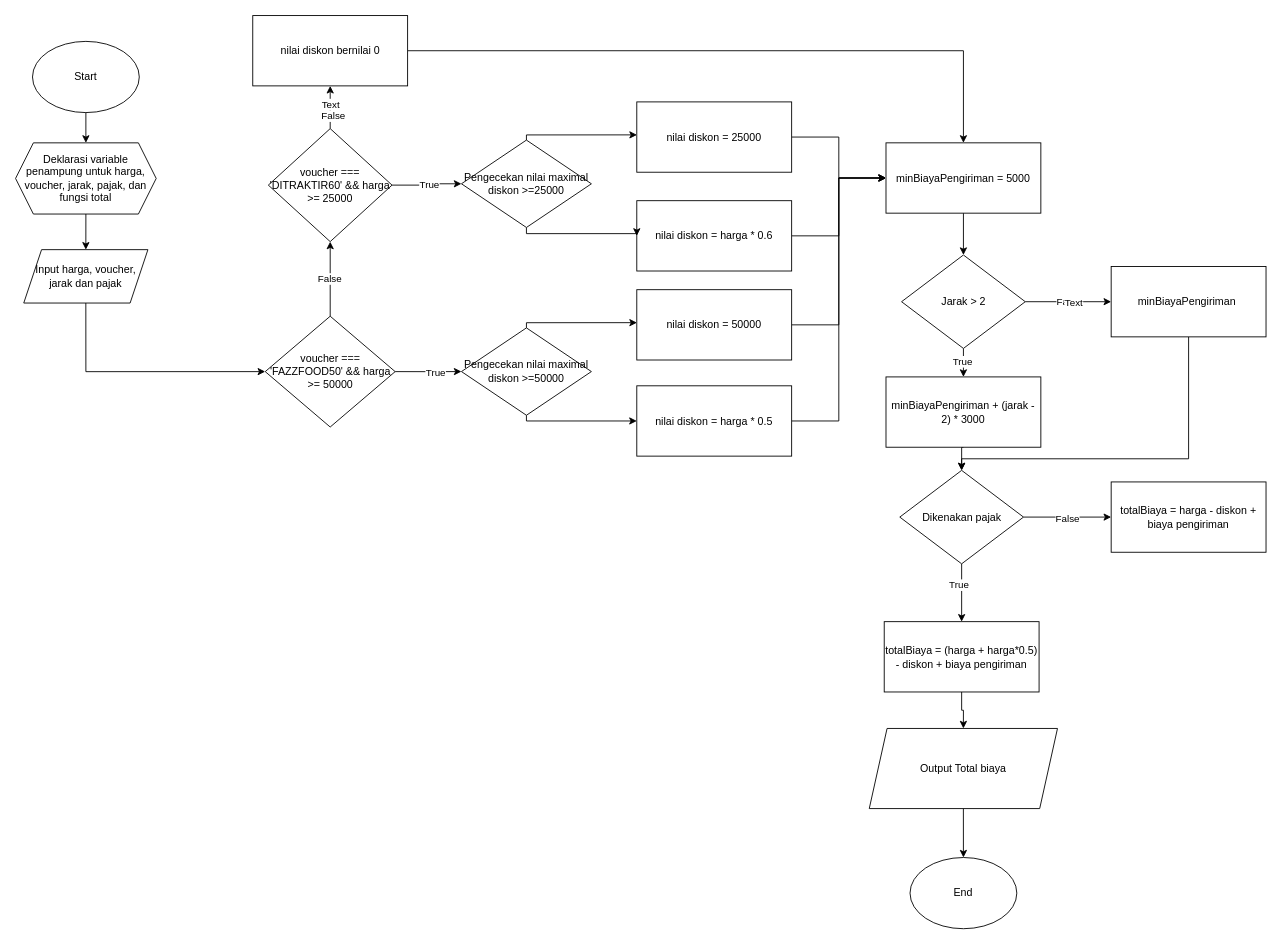
Above: page "Page-1" (1 of 2) of 5-Code Implementation/DIscount FlowChart.drawio in mfauzidr/FWG-20 (draw.io), before the change. Source tidied: cells renumbered, new cells numbered last; positions are measured from the earlier drawing's top-left corner, leaving out a move shared by most shapes. Both pictures are drawn from the tidied source at 89%, with x=0, y=0 at pixel (15, 15).
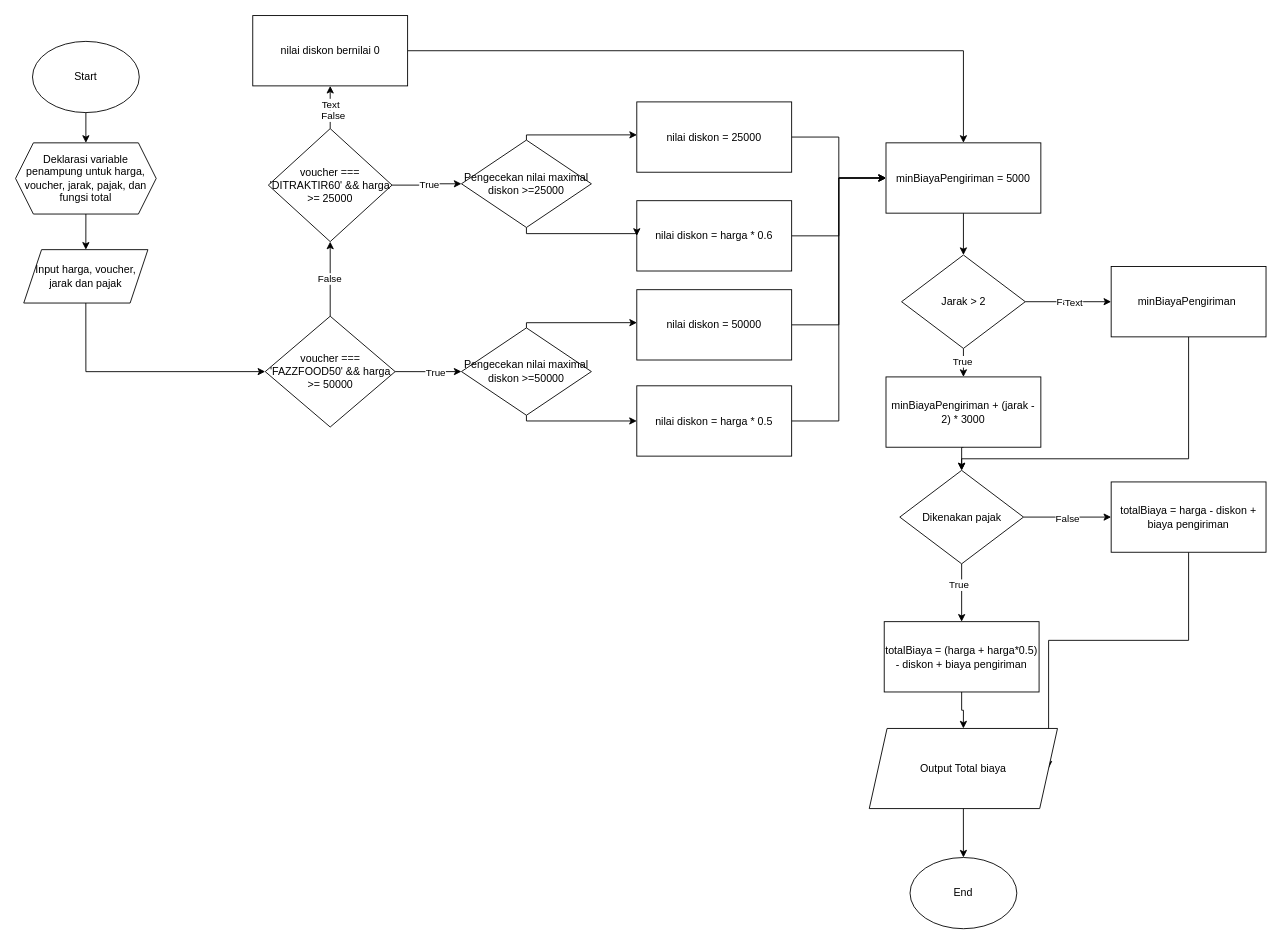
Above is the later version.

The change refers to these unchanged cells:
```xml
<mxCell id="32" value="totalBiaya = harga - diskon + biaya pengiriman" style="rounded=0;whiteSpace=wrap;html=1;" parent="1" vertex="1">
  <mxGeometry x="1231" y="524" width="174" height="79" as="geometry" />
</mxCell>
<mxCell id="36" value="Output Total biaya" style="shape=parallelogram;perimeter=parallelogramPerimeter;whiteSpace=wrap;html=1;fixedSize=1;" parent="1" vertex="1">
  <mxGeometry x="959.2" y="801" width="211.5" height="90" as="geometry" />
</mxCell>
```

What changed in the source:
```diff
@@
+    <mxCell id="57" style="edgeStyle=orthogonalEdgeStyle;rounded=0;jettySize=auto;html=1;exitX=0.5;exitY=1;exitDx=0;exitDy=0;entryX=1;entryY=0.5;entryDx=0;entryDy=0;" parent="1" edge="1" source="32" target="36">
+      <mxGeometry relative="1" as="geometry" />
+    </mxCell>
```
